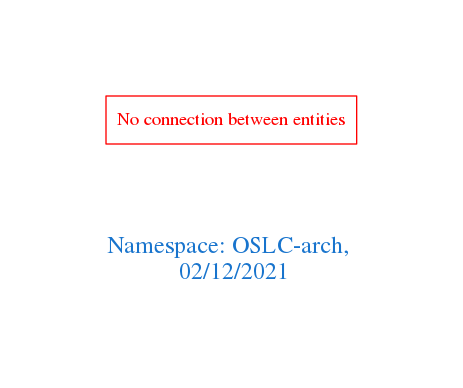
arago/OGIT keeps this Graphviz diagram as downloads/OSLC-arch.png. Above is the earlier version. Its source is kept beside it as downloads/OSLC-arch.dot.
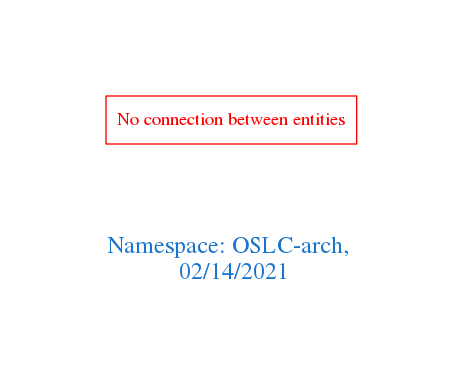
Above is the later version.

The edit, as a diff of the source:
```diff
@@ -1,7 +1,7 @@
 digraph OGIT_ontology {
  graph [ rankdir= LR,pad=1
 fontsize = 18,
-fontcolor= dodgerblue3,label = "\n\n\nNamespace: OSLC-arch, \n 02/12/2021"];
+fontcolor= dodgerblue3,label = "\n\n\nNamespace: OSLC-arch, \n 02/14/2021"];
 node[shape=polygon];
 edge [  color="gray81"];
 
```
